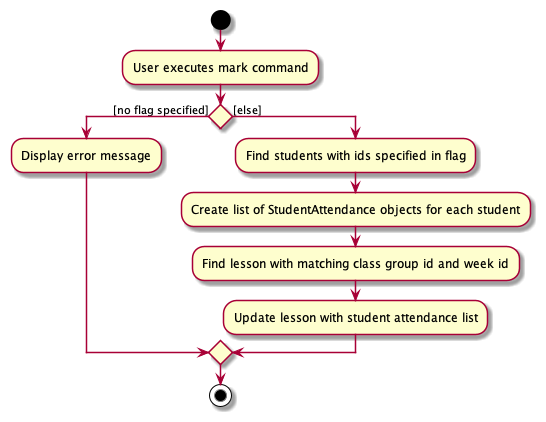
Earlier version of the PlantUML export docs/images/MarkUnmarkActivityDiagram.png (nus-cs2103-AY2122S2/tp).
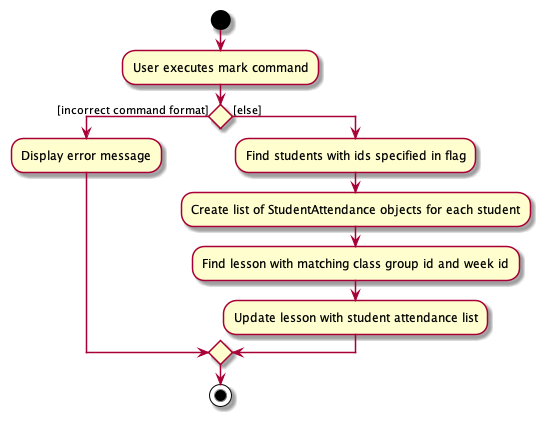
Above is the later version.

Commit message:
Update DG for mark/unmark

What changed in the source:
```diff
@@ -3,7 +3,7 @@
 
 :User executes mark command;
 
-if () then ([no flag specified])
+if () then ([incorrect command format])
     :Display error message;
 else ([else])
     :Find students with ids specified in flag;
```
